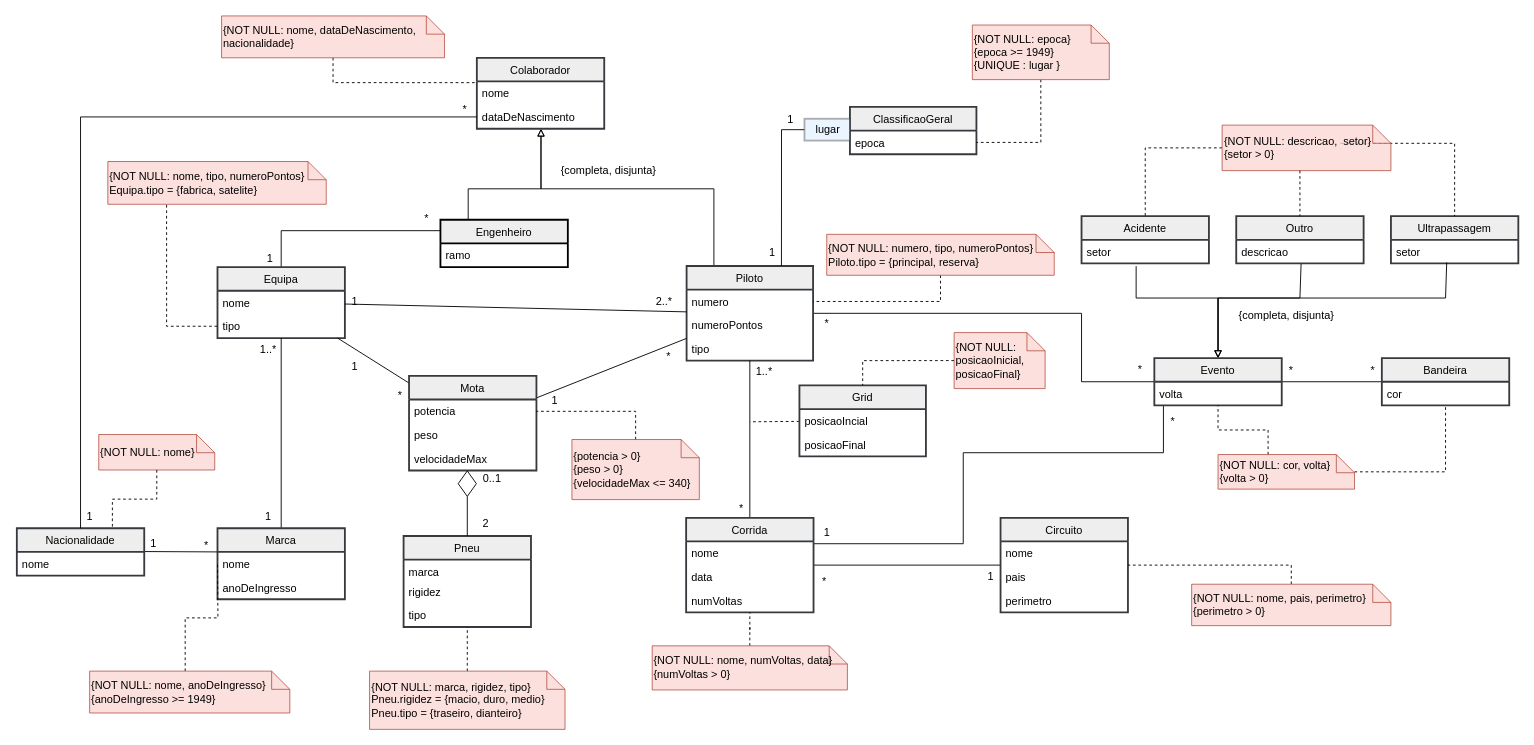
Earlier version of the draw.io diagram MotoGP-UML-Module.drawio (alexandreggc/BD_MotoGP_Project). Source tidied: cells renumbered, new cells numbered last; positions are measured from the earlier drawing's top-left corner, leaving out a move shared by most shapes. Both pictures are drawn from the tidied source at 91%, with x=0, y=0 at pixel (16, 15).
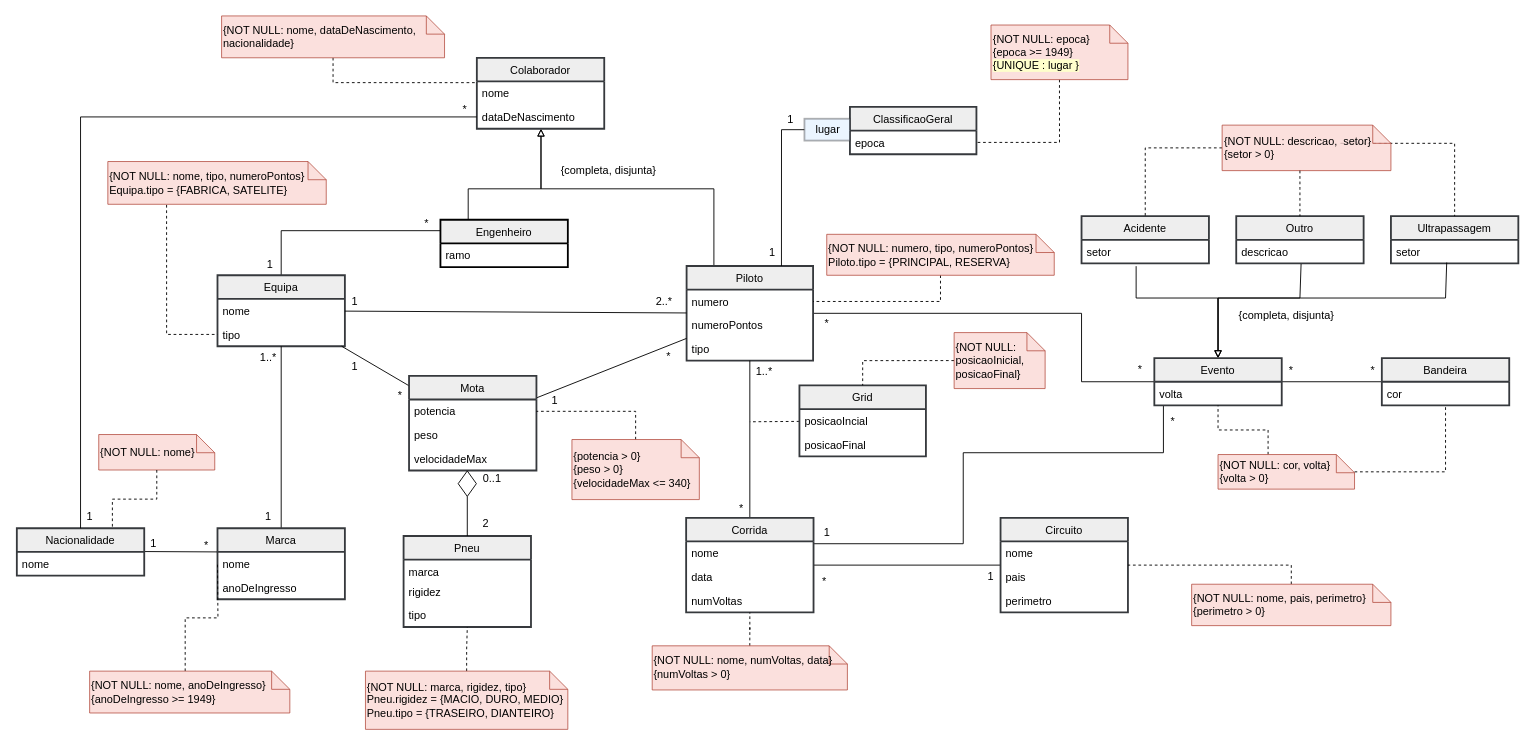
The same page after the edit.

Commit message:
Update no Modelo UML

The edit, as a diff of the source:
```diff
@@
     <mxCell id="3" value="Equipa" style="swimlane;fontStyle=0;horizontal=1;startSize=26;fillColor=#eeeeee;strokeWidth=2;strokeColor=#36393d;" parent="1" vertex="1">
-      <mxGeometry x="220.5" y="276" width="140" height="78" as="geometry" />
+      <mxGeometry x="220.5" y="285" width="140" height="78" as="geometry" />
     </mxCell>
@@
     <mxCell id="41" value="1..*" style="text;html=1;align=center;verticalAlign=middle;strokeColor=none;fillColor=none;" parent="1" vertex="1">
-      <mxGeometry x="260.5" y="357" width="30" height="20" as="geometry" />
+      <mxGeometry x="260.5" y="366" width="30" height="20" as="geometry" />
     </mxCell>
@@
     <mxCell id="83" value="*" style="text;html=1;align=center;verticalAlign=middle;strokeColor=none;fillColor=none;" parent="1" vertex="1">
-      <mxGeometry x="440" y="213" width="20" height="20" as="geometry" />
+      <mxGeometry x="440" y="218" width="20" height="20" as="geometry" />
     </mxCell>
     <mxCell id="84" value="1" style="text;html=1;align=center;verticalAlign=middle;strokeColor=none;fillColor=none;" parent="1" vertex="1">
-      <mxGeometry x="268" y="257" width="20" height="20" as="geometry" />
+      <mxGeometry x="268" y="263" width="20" height="20" as="geometry" />
     </mxCell>
@@
-    <mxCell id="94" value="&lt;div&gt;{NOT NULL: marca, rigidez, tipo}&lt;/div&gt;&lt;div&gt;Pneu.rigidez = {macio, duro, medio}&lt;/div&gt;&lt;div&gt;Pneu.tipo = {traseiro, dianteiro}&lt;/div&gt;" style="shape=note;size=20;whiteSpace=wrap;html=1;align=left;strokeColor=#ae4132;fillColor=#fad9d5;opacity=80;" parent="1" vertex="1">
-      <mxGeometry x="387.6" y="720" width="214.8" height="64" as="geometry" />
+    <mxCell id="94" value="&lt;div&gt;{NOT NULL: marca, rigidez, tipo}&lt;/div&gt;&lt;div&gt;Pneu.rigidez = {MACIO, DURO, MEDIO}&lt;/div&gt;&lt;div&gt;Pneu.tipo = {TRASEIRO, DIANTEIRO}&lt;/div&gt;" style="shape=note;size=20;whiteSpace=wrap;html=1;align=left;strokeColor=#ae4132;fillColor=#fad9d5;opacity=80;" parent="1" vertex="1">
+      <mxGeometry x="383.1" y="720" width="222.4" height="64" as="geometry" />
     </mxCell>
@@
-    <mxCell id="96" value="&lt;div&gt;{NOT NULL: nome, tipo, numeroPontos}&lt;/div&gt;&lt;div&gt;Equipa.tipo = {fabrica, satelite}&lt;/div&gt;" style="shape=note;size=20;whiteSpace=wrap;html=1;align=left;strokeColor=#ae4132;fillColor=#fad9d5;opacity=80;" parent="1" vertex="1">
+    <mxCell id="96" value="&lt;div&gt;{NOT NULL: nome, tipo, numeroPontos}&lt;/div&gt;&lt;div&gt;Equipa.tipo = {FABRICA, SATELITE}&lt;/div&gt;" style="shape=note;size=20;whiteSpace=wrap;html=1;align=left;strokeColor=#ae4132;fillColor=#fad9d5;opacity=80;" parent="1" vertex="1">
       <mxGeometry x="100" y="160" width="240" height="47" as="geometry" />
     </mxCell>
@@
-    <mxCell id="98" value="&lt;div&gt;{NOT NULL: epoca}&lt;/div&gt;&lt;div&gt;{epoca &amp;gt;= 1949}&lt;/div&gt;&lt;div&gt;{UNIQUE : lugar }&lt;/div&gt;" style="shape=note;size=20;whiteSpace=wrap;html=1;align=left;strokeColor=#ae4132;fillColor=#fad9d5;opacity=80;" parent="1" vertex="1">
-      <mxGeometry x="1050" y="10" width="150.5" height="60" as="geometry" />
+    <mxCell id="98" value="&lt;div&gt;{NOT NULL: epoca}&lt;/div&gt;&lt;div&gt;{epoca &amp;gt;= 1949}&lt;/div&gt;&lt;div&gt;&lt;span style=&quot;background-color: rgb(255 , 255 , 204)&quot;&gt;{UNIQUE : lugar }&lt;/span&gt;&lt;/div&gt;" style="shape=note;size=20;whiteSpace=wrap;html=1;align=left;strokeColor=#ae4132;fillColor=#fad9d5;opacity=80;" parent="1" vertex="1">
+      <mxGeometry x="1070.5" y="10" width="150.5" height="60" as="geometry" />
     </mxCell>
@@
-    <mxCell id="103" value="&lt;div&gt;&lt;span&gt;{NOT NULL: numero, tipo, numeroPontos}&lt;/span&gt;&lt;br&gt;&lt;/div&gt;&lt;div&gt;Piloto.tipo = {principal, reserva}&lt;/div&gt;" style="shape=note;size=20;whiteSpace=wrap;html=1;align=left;strokeColor=#ae4132;fillColor=#fad9d5;opacity=80;" parent="1" vertex="1">
+    <mxCell id="103" value="&lt;div&gt;&lt;span&gt;{NOT NULL: numero, tipo, numeroPontos}&lt;/span&gt;&lt;br&gt;&lt;/div&gt;&lt;div&gt;Piloto.tipo = {PRINCIPAL, RESERVA}&lt;/div&gt;" style="shape=note;size=20;whiteSpace=wrap;html=1;align=left;strokeColor=#ae4132;fillColor=#fad9d5;opacity=80;" parent="1" vertex="1">
       <mxGeometry x="890" y="240" width="250" height="45" as="geometry" />
     </mxCell>
```
